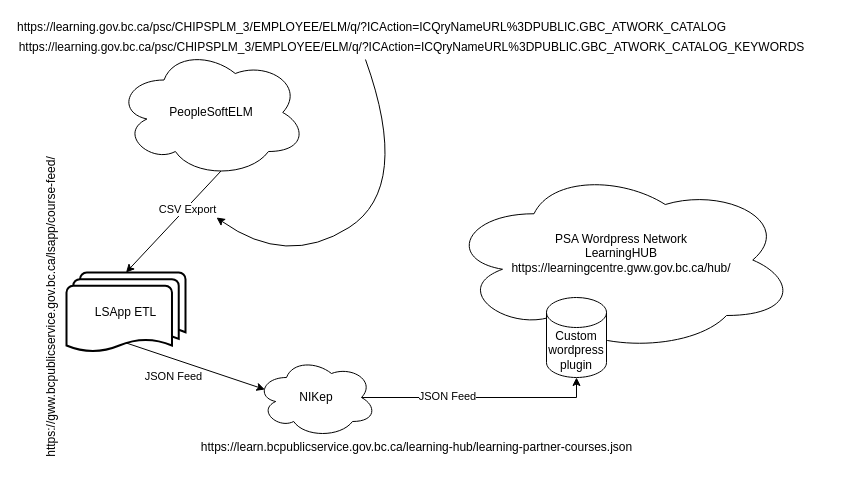
The draw.io diagram LearningHubNetworkDiagram.drawio in allanhaggett/wp-bcgov-corp-learn-portal, before the edit. Source tidied: cells renumbered, new cells numbered last; positions are measured from the earlier drawing's top-left corner, leaving out a move shared by most shapes. Both pictures are drawn from the tidied source at 100%, with x=0, y=0 at pixel (-104, 17).
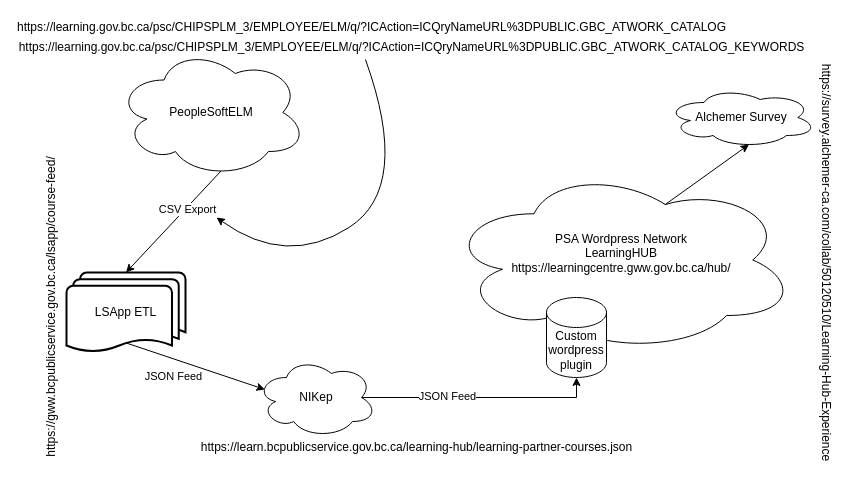
The same page after the edit.

The change refers to these unchanged cells:
```xml
<mxCell id="11" value="&lt;div&gt;PSA Wordpress Network&lt;br&gt;&lt;/div&gt;&lt;div&gt;LearningHUB&lt;/div&gt;&lt;div&gt;https://learningcentre.gww.gov.bc.ca/hub/&lt;br&gt;&lt;/div&gt;&lt;div&gt;&lt;br&gt;&lt;/div&gt;" style="ellipse;shape=cloud;whiteSpace=wrap;html=1;" parent="1" vertex="1">
  <mxGeometry x="550" y="150" width="350" height="185" as="geometry" />
</mxCell>
```

Diff of the diagram source:
```diff
@@
+    <mxCell id="18" value="Alchemer Survey" style="ellipse;shape=cloud;whiteSpace=wrap;html=1;" parent="1" vertex="1">
+      <mxGeometry x="770" y="70" width="150" height="60" as="geometry" />
+    </mxCell>
+    <mxCell id="19" style="endArrow=classic;html=1;exitX=0.625;exitY=0.2;exitDx=0;exitDy=0;exitPerimeter=0;entryX=0.55;entryY=0.95;entryDx=0;entryDy=0;entryPerimeter=0;" parent="1" edge="1" source="11" target="18">
+      <mxGeometry relative="1" as="geometry" />
+    </mxCell>
+    <mxCell id="20" value="https://survey.alchemer-ca.com/collab/50120510/Learning-Hub-Experience" style="text;html=1;align=center;verticalAlign=middle;strokeColor=none;rotation=90;" parent="1" vertex="1">
+      <mxGeometry x="730" y="235" width="400" height="20" as="geometry" />
+    </mxCell>
```
